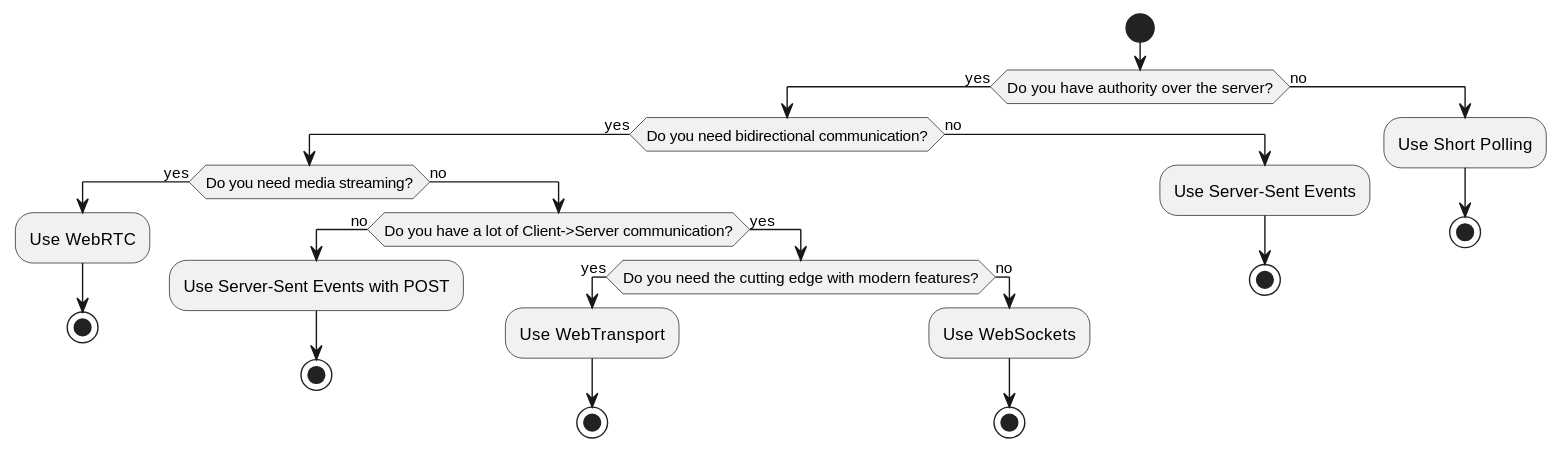
The PlantUML diagram frontend/static/decision.svg in gutentag2012/mi-web-technologien-real-time-workshop, before a commit.
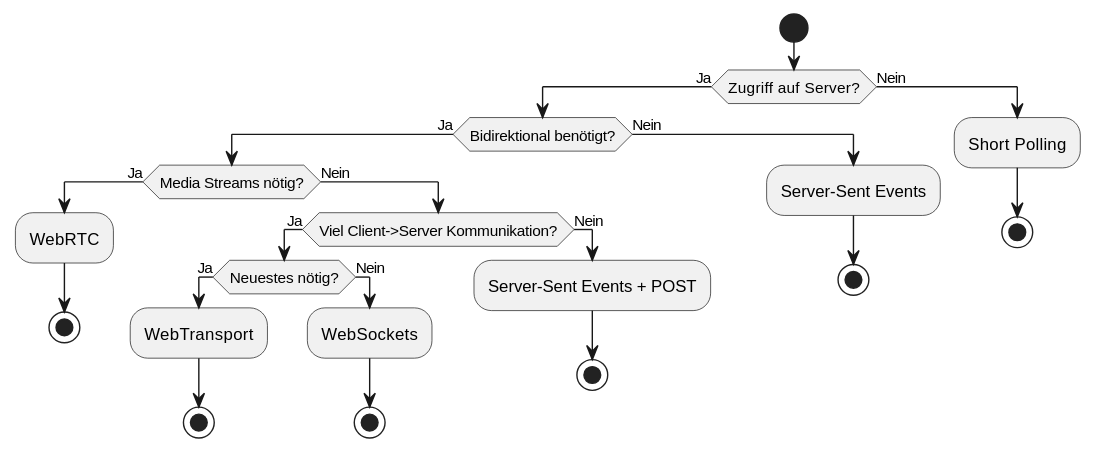
The same file after the commit.

Change to the diagram source:
```diff
@@ -2,31 +2,31 @@
 
 start
 
-if (Do you have authority over the server?) then (yes)
-    if (Do you need bidirectional communication?) then (yes)
-        if (Do you need media streaming?) then (yes)
-            :Use WebRTC;
+if (Zugriff auf Server?) then (Ja)
+    if (Bidirektional benötigt?) then (Ja)
+        if (Media Streams nötig?) then (Ja)
+            :WebRTC;
             stop
-        else (no)
-            if (Do you have a lot of Client->Server communication?) then (no)
-                :Use Server-Sent Events with POST;
-                stop
-            else (yes)
-                if (Do you need the cutting edge with modern features?) then (yes)
-                    :Use WebTransport;
+        else (Nein)
+            if (Viel Client->Server Kommunikation?) then (Ja)
+                if (Neuestes nötig?) then (Ja)
+                    :WebTransport;
                     stop
-                else (no)
-                    :Use WebSockets;
+                else (Nein)
+                    :WebSockets;
                     stop
                 endif
+            else (Nein)
+                :Server-Sent Events + POST;
+                stop
             endif
         endif
-    else (no)
-        :Use Server-Sent Events;
+    else (Nein)
+        :Server-Sent Events;
         stop
     endif
-else (no)
-    :Use Short Polling;
+else (Nein)
+    :Short Polling;
     stop
 endif
 @enduml
```
